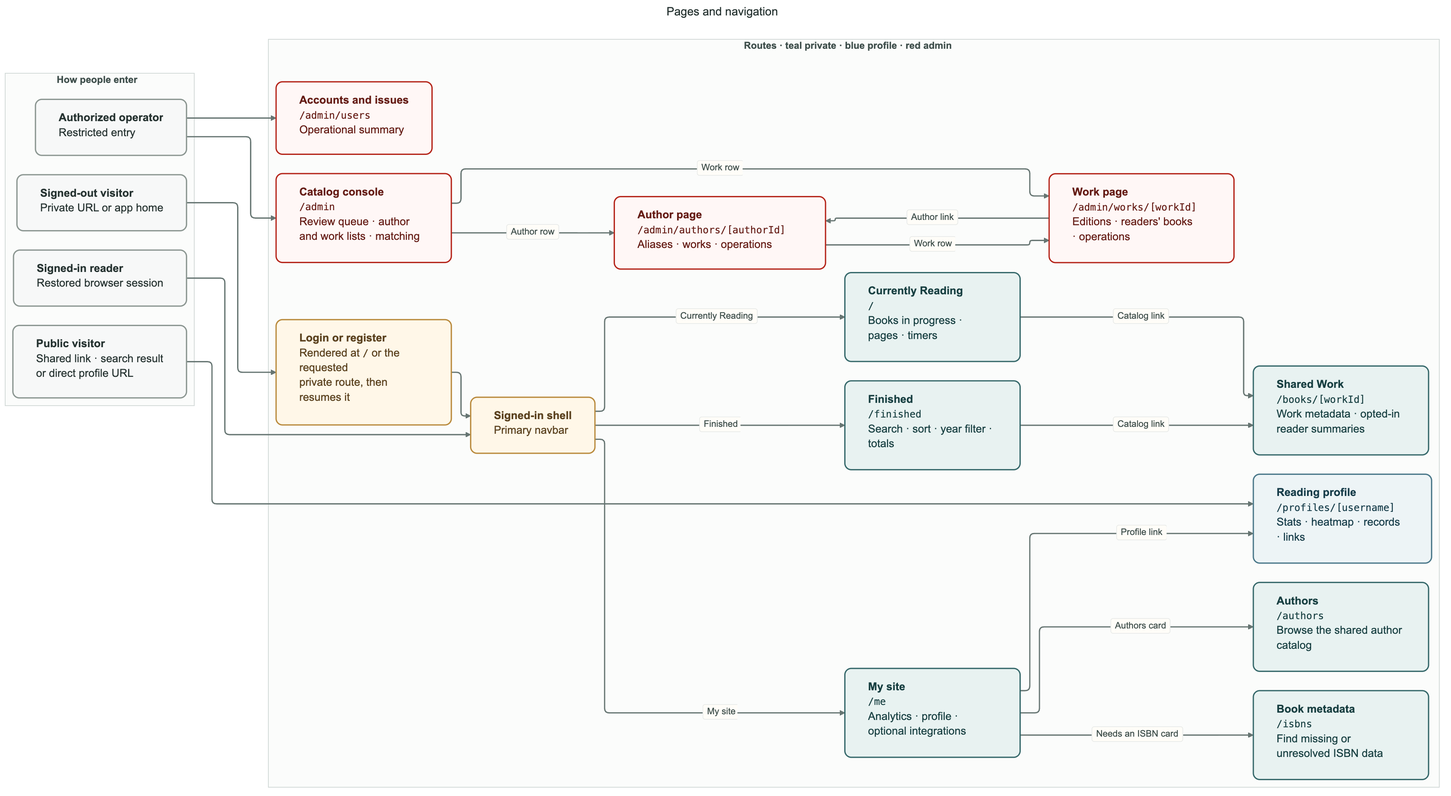
Above: docs/architecture/site-functionality.png in ankile/book-tracker (Mermaid), before the change. Its source is kept beside it as docs/architecture/site-functionality.mmd.
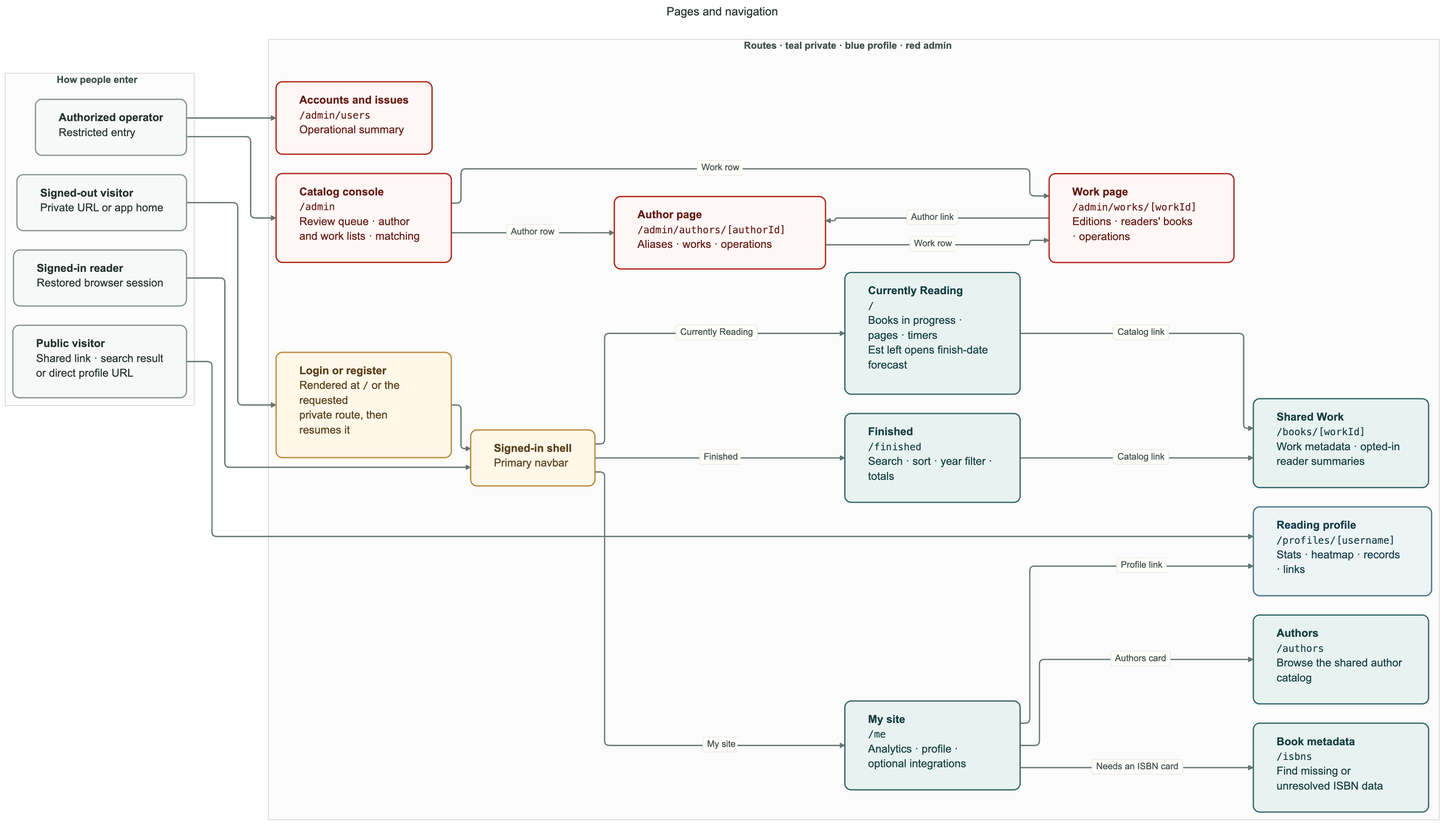
Above is the later version.

Change to the diagram source:
```diff
@@ -24,7 +24,7 @@
     auth["<b>Login or register</b><br/>Rendered at <code>/</code> or the requested<br/>private route, then resumes it"]:::gate
     shell["<b>Signed-in shell</b><br/>Primary navbar"]:::gate
 
-    current["<b>Currently Reading</b><br/><code>/</code><br/>Books in progress · pages · timers"]:::page
+    current["<b>Currently Reading</b><br/><code>/</code><br/>Books in progress · pages · timers<br/>Est left opens finish-date forecast"]:::page
     finished["<b>Finished</b><br/><code>/finished</code><br/>Search · sort · year filter · totals"]:::page
     me["<b>My site</b><br/><code>/me</code><br/>Analytics · profile · optional integrations"]:::page
 
```
